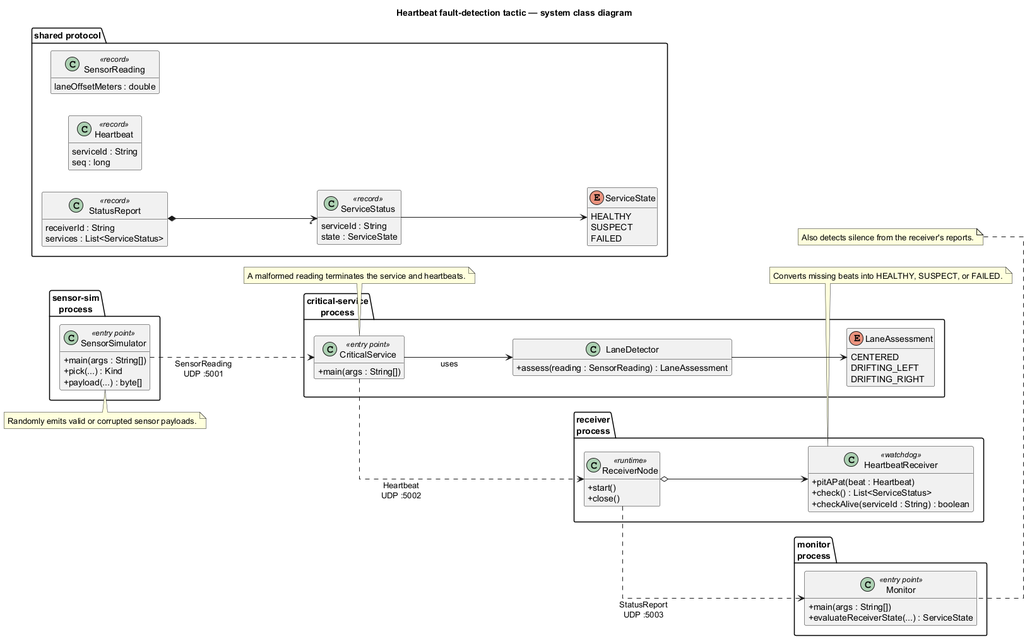
This is uml/system/system-class.png from kobster68/tactic-implementation, a PlantUML export, as it was before one commit.
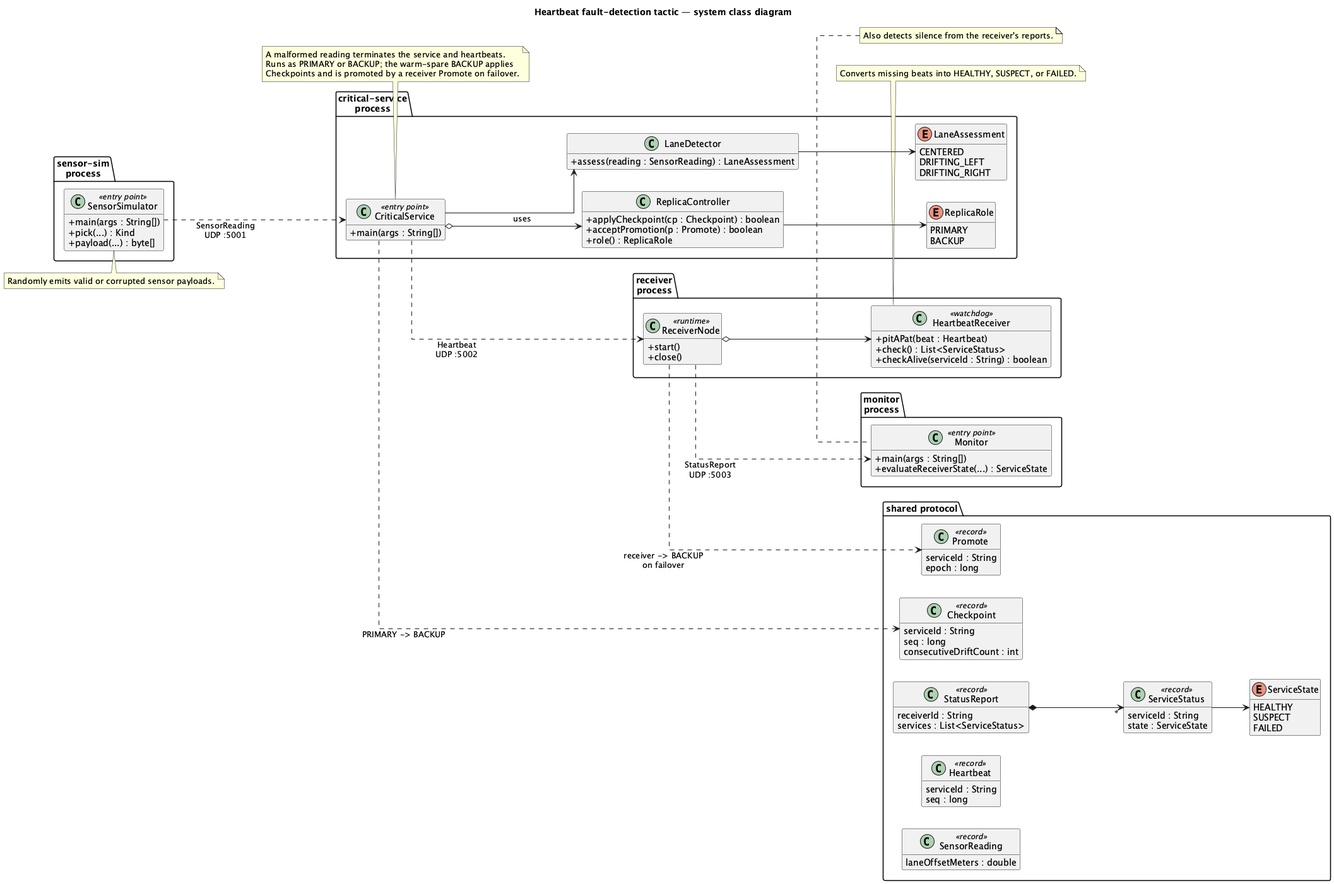
The same diagram one commit later.

The edit, as a diff of the source:
```diff
@@ -18,6 +18,15 @@
 package "critical-service\nprocess" {
   class CriticalService <<entry point>> {
     + main(args : String[])
+  }
+  class ReplicaController {
+    + applyCheckpoint(cp : Checkpoint) : boolean
+    + acceptPromotion(p : Promote) : boolean
+    + role() : ReplicaRole
+  }
+  enum ReplicaRole {
+    PRIMARY
+    BACKUP
   }
   class LaneDetector {
     + assess(reading : SensorReading) : LaneAssessment
@@ -69,6 +78,15 @@
     SUSPECT
     FAILED
   }
+  class Checkpoint <<record>> {
+    serviceId : String
+    seq : long
+    consecutiveDriftCount : int
+  }
+  class Promote <<record>> {
+    serviceId : String
+    epoch : long
+  }
 }
 
 CriticalService --> LaneDetector : uses
@@ -76,6 +94,10 @@
 
 SensorSimulator ..> CriticalService : SensorReading\nUDP :5001
 CriticalService ..> ReceiverNode : Heartbeat\nUDP :5002
+CriticalService o--> ReplicaController
+ReplicaController --> ReplicaRole
+CriticalService ..> Checkpoint : PRIMARY -> BACKUP
+ReceiverNode ..> Promote : receiver -> BACKUP\non failover
 ReceiverNode o--> HeartbeatReceiver
 ReceiverNode ..> Monitor : StatusReport\nUDP :5003
 StatusReport *--> "*" ServiceStatus
@@ -87,6 +109,8 @@
 
 note top of CriticalService
   A malformed reading terminates the service and heartbeats.
+  Runs as PRIMARY or BACKUP; the warm-spare BACKUP applies
+  Checkpoints and is promoted by a receiver Promote on failover.
 end note
 
 note top of HeartbeatReceiver
```
